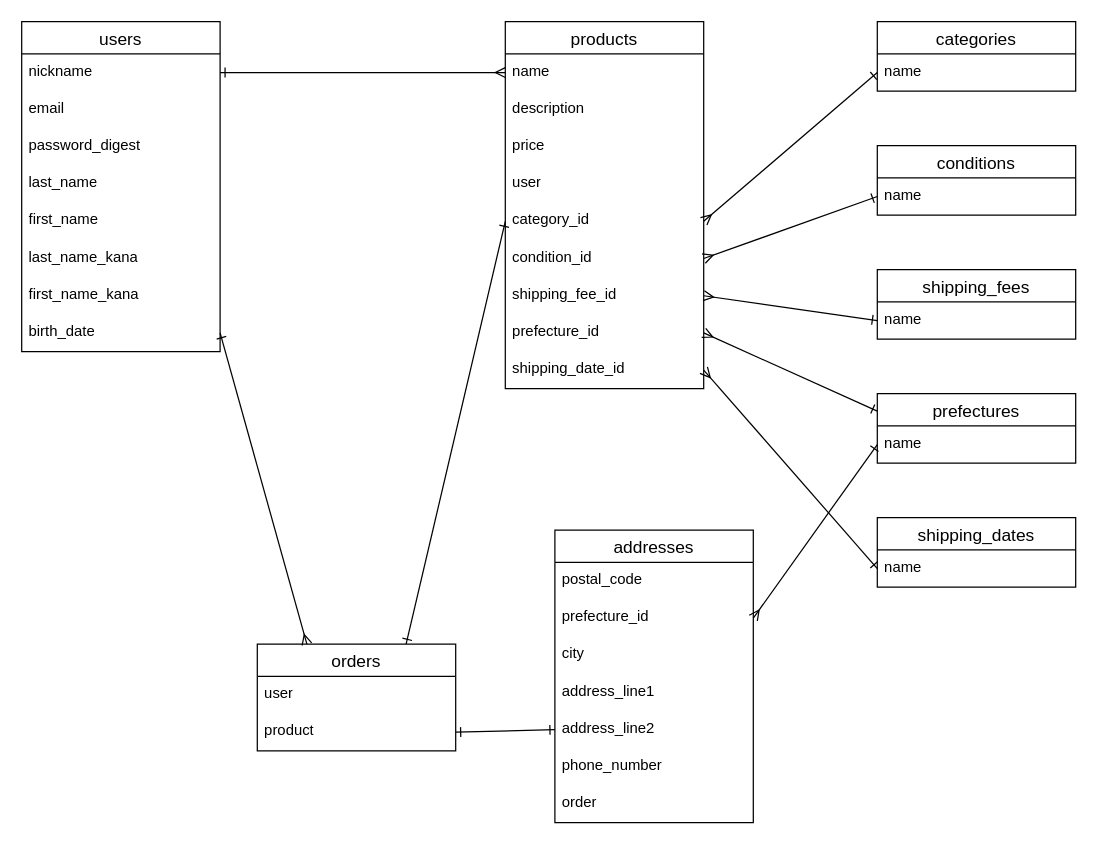
The draw.io diagram test.dio in Yuya46086/furima-46086, before the edit. Source tidied: cells renumbered, new cells numbered last; positions are measured from the earlier drawing's top-left corner, leaving out a move shared by most shapes. Both pictures are drawn from the tidied source at 124%, with x=0, y=0 at pixel (21, 21).
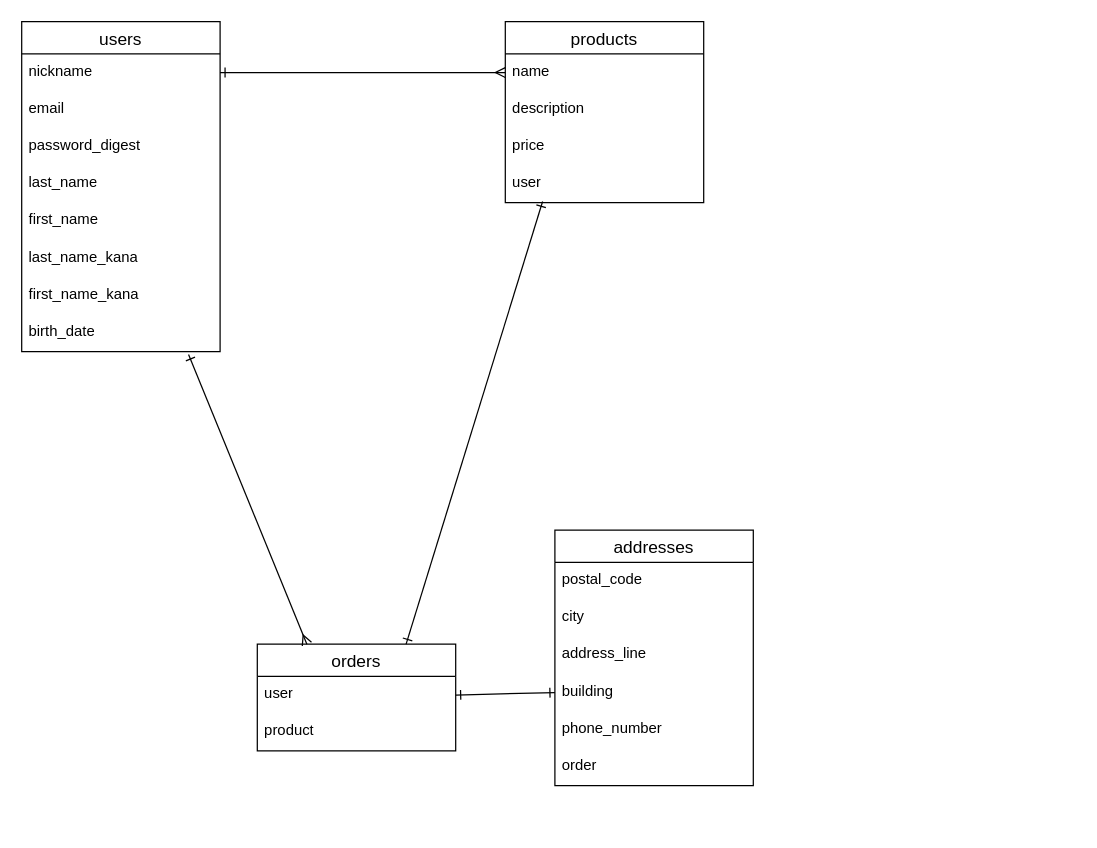
Above is the later version.

Commit message (it also covers changes not shown here):
テーブルの修正（3回目）

The change refers to these unchanged cells:
```xml
<mxCell id="10" value="birth_date" style="text;strokeColor=none;fillColor=none;spacingLeft=4;spacingRight=4;overflow=hidden;points=[[0,0.5],[1,0.5]];portConstraint=eastwest;fontSize=12;whiteSpace=wrap;html=1;" parent="2" vertex="1">
  <mxGeometry y="236" width="160" height="30" as="geometry" />
</mxCell>
<mxCell id="15" value="user" style="text;strokeColor=none;fillColor=none;spacingLeft=4;spacingRight=4;overflow=hidden;points=[[0,0.5],[1,0.5]];portConstraint=eastwest;fontSize=12;whiteSpace=wrap;html=1;" parent="11" vertex="1">
  <mxGeometry y="116" width="160" height="30" as="geometry" />
</mxCell>
<mxCell id="21" value="orders" style="swimlane;fontStyle=0;horizontal=1;startSize=26;align=center;fontSize=14;" parent="1" vertex="1">
  <mxGeometry x="190" y="502" width="160" height="86" as="geometry" />
</mxCell>
<mxCell id="22" value="user" style="text;strokeColor=none;fillColor=none;spacingLeft=4;spacingRight=4;overflow=hidden;points=[[0,0.5],[1,0.5]];portConstraint=eastwest;fontSize=12;whiteSpace=wrap;html=1;" parent="21" vertex="1">
  <mxGeometry y="26" width="160" height="30" as="geometry" />
</mxCell>
<mxCell id="23" value="product" style="text;strokeColor=none;fillColor=none;spacingLeft=4;spacingRight=4;overflow=hidden;points=[[0,0.5],[1,0.5]];portConstraint=eastwest;fontSize=12;whiteSpace=wrap;html=1;" parent="21" vertex="1">
  <mxGeometry y="56" width="160" height="30" as="geometry" />
</mxCell>
```

The edit, as a diff of the source:
```diff
@@
     <mxCell id="11" value="products" style="swimlane;fontStyle=0;horizontal=1;startSize=26;align=center;fontSize=14;" parent="1" vertex="1">
-      <mxGeometry x="390" width="160" height="296" as="geometry" />
+      <mxGeometry x="390" width="160" height="146" as="geometry" />
     </mxCell>
@@
-    <mxCell id="16" value="category_id" style="text;strokeColor=none;fillColor=none;spacingLeft=4;spacingRight=4;overflow=hidden;points=[[0,0.5],[1,0.5]];portConstraint=eastwest;fontSize=12;whiteSpace=wrap;html=1;" parent="11" vertex="1">
-      <mxGeometry y="146" width="160" height="30" as="geometry" />
-    </mxCell>
-    <mxCell id="17" value="condition_id" style="text;strokeColor=none;fillColor=none;spacingLeft=4;spacingRight=4;overflow=hidden;points=[[0,0.5],[1,0.5]];portConstraint=eastwest;fontSize=12;whiteSpace=wrap;html=1;" parent="11" vertex="1">
-      <mxGeometry y="176" width="160" height="30" as="geometry" />
-    </mxCell>
-    <mxCell id="18" value="shipping_fee_id" style="text;strokeColor=none;fillColor=none;spacingLeft=4;spacingRight=4;overflow=hidden;points=[[0,0.5],[1,0.5]];portConstraint=eastwest;fontSize=12;whiteSpace=wrap;html=1;" parent="11" vertex="1">
-      <mxGeometry y="206" width="160" height="30" as="geometry" />
-    </mxCell>
-    <mxCell id="19" value="prefecture_id" style="text;strokeColor=none;fillColor=none;spacingLeft=4;spacingRight=4;overflow=hidden;points=[[0,0.5],[1,0.5]];portConstraint=eastwest;fontSize=12;whiteSpace=wrap;html=1;" parent="11" vertex="1">
-      <mxGeometry y="236" width="160" height="30" as="geometry" />
-    </mxCell>
-    <mxCell id="20" value="shipping_date_id" style="text;strokeColor=none;fillColor=none;spacingLeft=4;spacingRight=4;overflow=hidden;points=[[0,0.5],[1,0.5]];portConstraint=eastwest;fontSize=12;whiteSpace=wrap;html=1;" parent="11" vertex="1">
-      <mxGeometry y="266" width="160" height="30" as="geometry" />
-    </mxCell>
@@
     <mxCell id="24" value="addresses" style="swimlane;fontStyle=0;horizontal=1;startSize=26;align=center;fontSize=14;" parent="1" vertex="1">
-      <mxGeometry x="430" y="410" width="160" height="236" as="geometry" />
+      <mxGeometry x="430" y="410" width="160" height="206" as="geometry" />
     </mxCell>
@@
-    <mxCell id="26" value="prefecture_id" style="text;strokeColor=none;fillColor=none;spacingLeft=4;spacingRight=4;overflow=hidden;points=[[0,0.5],[1,0.5]];portConstraint=eastwest;fontSize=12;whiteSpace=wrap;html=1;" parent="24" vertex="1">
-      <mxGeometry y="56" width="160" height="30" as="geometry" />
-    </mxCell>
     <mxCell id="27" value="city" style="text;strokeColor=none;fillColor=none;spacingLeft=4;spacingRight=4;overflow=hidden;fontSize=12;whiteSpace=wrap;html=1;" parent="24" vertex="1">
-      <mxGeometry y="86" width="160" height="30" as="geometry" />
+      <mxGeometry y="56" width="160" height="30" as="geometry" />
     </mxCell>
-    <mxCell id="28" value="address_line1" style="text;strokeColor=none;fillColor=none;spacingLeft=4;spacingRight=4;overflow=hidden;fontSize=12;whiteSpace=wrap;html=1;" parent="24" vertex="1">
-      <mxGeometry y="116" width="160" height="30" as="geometry" />
+    <mxCell id="28" value="address_line" style="text;strokeColor=none;fillColor=none;spacingLeft=4;spacingRight=4;overflow=hidden;fontSize=12;whiteSpace=wrap;html=1;" parent="24" vertex="1">
+      <mxGeometry y="86" width="160" height="30" as="geometry" />
     </mxCell>
-    <mxCell id="29" value="address_line2" style="text;strokeColor=none;fillColor=none;spacingLeft=4;spacingRight=4;overflow=hidden;points=[[0,0.5],[1,0.5]];portConstraint=eastwest;fontSize=12;whiteSpace=wrap;html=1;" parent="24" vertex="1">
-      <mxGeometry y="146" width="160" height="30" as="geometry" />
+    <mxCell id="29" value="building" style="text;strokeColor=none;fillColor=none;spacingLeft=4;spacingRight=4;overflow=hidden;points=[[0,0.5],[1,0.5]];portConstraint=eastwest;fontSize=12;whiteSpace=wrap;html=1;" parent="24" vertex="1">
+      <mxGeometry y="116" width="160" height="30" as="geometry" />
     </mxCell>
     <mxCell id="30" value="phone_number" style="text;strokeColor=none;fillColor=none;spacingLeft=4;spacingRight=4;overflow=hidden;fontSize=12;whiteSpace=wrap;html=1;" parent="24" vertex="1">
-      <mxGeometry y="176" width="160" height="30" as="geometry" />
+      <mxGeometry y="146" width="160" height="30" as="geometry" />
     </mxCell>
     <mxCell id="31" value="order" style="text;strokeColor=none;fillColor=none;spacingLeft=4;spacingRight=4;overflow=hidden;fontSize=12;whiteSpace=wrap;html=1;" parent="24" vertex="1">
-      <mxGeometry y="206" width="160" height="30" as="geometry" />
+      <mxGeometry y="176" width="160" height="30" as="geometry" />
     </mxCell>
-    <mxCell id="32" style="edgeStyle=none;html=1;exitX=1;exitY=0.5;exitDx=0;exitDy=0;entryX=0;entryY=0.5;entryDx=0;entryDy=0;startArrow=ERone;startFill=0;endArrow=ERone;endFill=0;" parent="1" edge="1" source="23" target="29">
+    <mxCell id="32" style="edgeStyle=none;html=1;exitX=1;exitY=0.5;exitDx=0;exitDy=0;entryX=0;entryY=0.5;entryDx=0;entryDy=0;startArrow=ERone;startFill=0;endArrow=ERone;endFill=0;" parent="1" edge="1" source="22" target="29">
       <mxGeometry relative="1" as="geometry" />
     </mxCell>
-    <mxCell id="33" style="edgeStyle=none;html=1;exitX=1;exitY=0.5;exitDx=0;exitDy=0;entryX=0.25;entryY=0;entryDx=0;entryDy=0;startArrow=ERone;startFill=0;endArrow=ERmany;endFill=0;" parent="1" edge="1" source="10" target="21">
+    <mxCell id="33" style="edgeStyle=none;html=1;exitX=0.841;exitY=1.078;exitDx=0;exitDy=0;entryX=0.25;entryY=0;entryDx=0;entryDy=0;startArrow=ERone;startFill=0;endArrow=ERmany;endFill=0;exitPerimeter=0;" parent="1" edge="1" source="10" target="21">
       <mxGeometry relative="1" as="geometry" />
     </mxCell>
-    <mxCell id="34" style="edgeStyle=none;html=1;exitX=0;exitY=0.5;exitDx=0;exitDy=0;entryX=0.75;entryY=0;entryDx=0;entryDy=0;startArrow=ERone;startFill=0;endArrow=ERone;endFill=0;" parent="1" edge="1" target="21">
-      <mxGeometry relative="1" as="geometry">
-        <mxPoint x="390" y="161" as="sourcePoint" />
-      </mxGeometry>
+    <mxCell id="34" style="edgeStyle=none;html=1;exitX=0.188;exitY=0.967;exitDx=0;exitDy=0;entryX=0.75;entryY=0;entryDx=0;entryDy=0;startArrow=ERone;startFill=0;endArrow=ERone;endFill=0;exitPerimeter=0;" parent="1" edge="1" source="15" target="21">
+      <mxGeometry relative="1" as="geometry" />
     </mxCell>
-    <mxCell id="35" value="categories" style="swimlane;fontStyle=0;horizontal=1;startSize=26;align=center;fontSize=14;" parent="1" vertex="1">
-      <mxGeometry x="690" width="160" height="56" as="geometry" />
-    </mxCell>
-    <mxCell id="36" value="name" style="text;strokeColor=none;fillColor=none;spacingLeft=4;spacingRight=4;overflow=hidden;points=[[0,0.5],[1,0.5]];portConstraint=eastwest;fontSize=12;whiteSpace=wrap;html=1;" parent="35" vertex="1">
-      <mxGeometry y="26" width="160" height="30" as="geometry" />
-    </mxCell>
-    <mxCell id="37" value="conditions" style="swimlane;fontStyle=0;horizontal=1;startSize=26;align=center;fontSize=14;" parent="1" vertex="1">
-      <mxGeometry x="690" y="100" width="160" height="56" as="geometry" />
-    </mxCell>
-    <mxCell id="38" value="name" style="text;strokeColor=none;fillColor=none;spacingLeft=4;spacingRight=4;overflow=hidden;points=[[0,0.5],[1,0.5]];portConstraint=eastwest;fontSize=12;whiteSpace=wrap;html=1;" parent="37" vertex="1">
-      <mxGeometry y="26" width="160" height="30" as="geometry" />
-    </mxCell>
-    <mxCell id="39" value="shipping_fees" style="swimlane;fontStyle=0;horizontal=1;startSize=26;align=center;fontSize=14;" parent="1" vertex="1">
-      <mxGeometry x="690" y="200" width="160" height="56" as="geometry" />
-    </mxCell>
-    <mxCell id="40" value="name" style="text;strokeColor=none;fillColor=none;spacingLeft=4;spacingRight=4;overflow=hidden;points=[[0,0.5],[1,0.5]];portConstraint=eastwest;fontSize=12;whiteSpace=wrap;html=1;" parent="39" vertex="1">
-      <mxGeometry y="26" width="160" height="30" as="geometry" />
-    </mxCell>
-    <mxCell id="41" value="shipping_dates" style="swimlane;fontStyle=0;horizontal=1;startSize=26;align=center;fontSize=14;" parent="1" vertex="1">
-      <mxGeometry x="690" y="400" width="160" height="56" as="geometry" />
-    </mxCell>
-    <mxCell id="42" value="name" style="text;strokeColor=none;fillColor=none;spacingLeft=4;spacingRight=4;overflow=hidden;points=[[0,0.5],[1,0.5]];portConstraint=eastwest;fontSize=12;whiteSpace=wrap;html=1;" parent="41" vertex="1">
-      <mxGeometry y="26" width="160" height="30" as="geometry" />
-    </mxCell>
-    <mxCell id="43" value="prefectures" style="swimlane;fontStyle=0;horizontal=1;startSize=26;align=center;fontSize=14;" parent="1" vertex="1">
-      <mxGeometry x="690" y="300" width="160" height="56" as="geometry" />
-    </mxCell>
-    <mxCell id="44" value="name" style="text;strokeColor=none;fillColor=none;spacingLeft=4;spacingRight=4;overflow=hidden;points=[[0,0.5],[1,0.5]];portConstraint=eastwest;fontSize=12;whiteSpace=wrap;html=1;" parent="43" vertex="1">
-      <mxGeometry y="26" width="160" height="30" as="geometry" />
-    </mxCell>
@@
-    <mxCell id="46" style="edgeStyle=none;html=1;exitX=0;exitY=0.5;exitDx=0;exitDy=0;entryX=1;entryY=0.5;entryDx=0;entryDy=0;endArrow=ERmany;endFill=0;startArrow=ERone;startFill=0;" parent="1" edge="1" source="42" target="20">
-      <mxGeometry relative="1" as="geometry" />
-    </mxCell>
-    <mxCell id="47" style="edgeStyle=none;html=1;exitX=0;exitY=0.25;exitDx=0;exitDy=0;entryX=1;entryY=0.5;entryDx=0;entryDy=0;startArrow=ERone;startFill=0;endArrow=ERmany;endFill=0;" parent="1" edge="1" source="43" target="19">
-      <mxGeometry relative="1" as="geometry" />
-    </mxCell>
-    <mxCell id="48" style="edgeStyle=none;html=1;exitX=0;exitY=0.5;exitDx=0;exitDy=0;entryX=1;entryY=0.5;entryDx=0;entryDy=0;startArrow=ERone;startFill=0;endArrow=ERmany;endFill=0;" parent="1" edge="1" source="40" target="18">
-      <mxGeometry relative="1" as="geometry" />
-    </mxCell>
-    <mxCell id="49" style="edgeStyle=none;html=1;exitX=0;exitY=0.5;exitDx=0;exitDy=0;entryX=1;entryY=0.5;entryDx=0;entryDy=0;startArrow=ERone;startFill=0;endArrow=ERmany;endFill=0;" parent="1" edge="1" source="38" target="17">
-      <mxGeometry relative="1" as="geometry" />
-    </mxCell>
-    <mxCell id="50" style="edgeStyle=none;html=1;exitX=0;exitY=0.5;exitDx=0;exitDy=0;entryX=1;entryY=0.5;entryDx=0;entryDy=0;startArrow=ERone;startFill=0;endArrow=ERmany;endFill=0;" parent="1" edge="1" source="36" target="16">
-      <mxGeometry relative="1" as="geometry" />
-    </mxCell>
-    <mxCell id="51" style="edgeStyle=none;html=1;exitX=0;exitY=0.5;exitDx=0;exitDy=0;entryX=1;entryY=0.5;entryDx=0;entryDy=0;startArrow=ERone;startFill=0;endArrow=ERmany;endFill=0;" parent="1" edge="1" source="44" target="26">
-      <mxGeometry relative="1" as="geometry" />
-    </mxCell>
```
